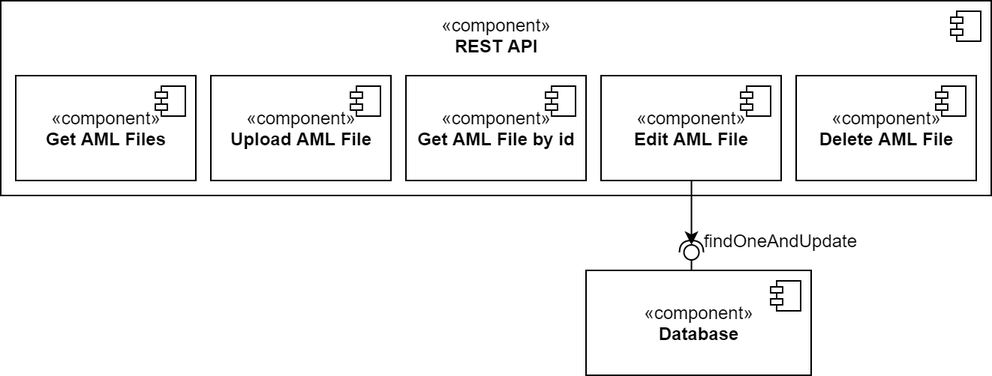
NurNils/aml-nosql-database-management keeps this draw.io diagram as PROJECT/MODs (Modul Documentations)/assets/components_REST_API_SUB4.png. Above is the earlier version. Source tidied: cells renumbered, new cells last; positions are measured from the earlier drawing's top-left corner, leaving out a move shared by most shapes.
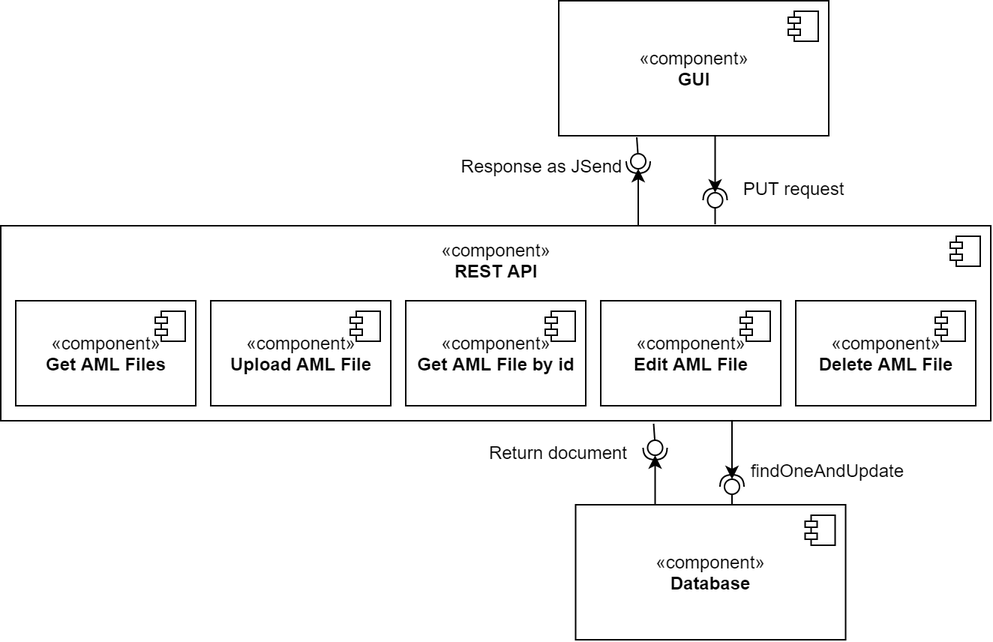
The same diagram one commit later.

Commit message:
Updated component diagrams

The edit, as a diff of the source:
```diff
@@ -2,92 +2,175 @@
   <root>
     <mxCell id="0" />
     <mxCell id="1" parent="0" />
-    <mxCell id="2" style="shape=module;jettyWidth=8;jettyHeight=4;" parent="1" vertex="1">
-      <mxGeometry x="393" y="2" width="20" height="20" as="geometry" />
-    </mxCell>
-    <mxCell id="3" style="group;" parent="1" vertex="1">
-      <mxGeometry width="660" height="170" as="geometry" />
-    </mxCell>
+    <mxCell id="24" style="group;rotation=90;" parent="1" vertex="1">
+      <mxGeometry x="246.8" y="-31" width="77.5" height="10" as="geometry" />
+    </mxCell>
+    <mxCell id="25" style="rounded=0;jettySize=auto;html=1;endArrow=none;endFill=0;" parent="24" edge="1" target="27">
+      <mxGeometry relative="1" as="geometry">
+        <mxPoint x="184" y="-34" as="sourcePoint" />
+      </mxGeometry>
+    </mxCell>
+    <mxCell id="26" style="rounded=0;jettySize=auto;html=1;endArrow=halfCircle;endFill=0;entryX=0.5;entryY=0.5;entryDx=0;entryDy=0;endSize=6;strokeWidth=1;" parent="24" edge="1" target="27">
+      <mxGeometry relative="1" as="geometry">
+        <mxPoint x="185" y="-6" as="sourcePoint" />
+      </mxGeometry>
+    </mxCell>
+    <mxCell id="27" style="ellipse;whiteSpace=wrap;html=1;fontFamily=Helvetica;fontSize=12;fontColor=#000000;align=center;strokeColor=#000000;fillColor=#ffffff;points=[];rotation=90;" parent="24" vertex="1">
+      <mxGeometry x="180" y="-23" width="10" height="10" as="geometry" />
+    </mxCell>
+    <mxCell id="28" style="endArrow=classic;html=1;" parent="24" edge="1">
+      <mxGeometry relative="1" as="geometry">
+        <mxPoint x="185" y="36" as="sourcePoint" />
+        <mxPoint x="185" y="-13" as="targetPoint" />
+      </mxGeometry>
+    </mxCell>
+    <mxCell id="29" style="group;rotation=-90;" parent="1" vertex="1">
+      <mxGeometry x="444.1" y="-51" width="77.5" height="10" as="geometry" />
+    </mxCell>
+    <mxCell id="30" style="rounded=0;jettySize=auto;html=1;endArrow=none;endFill=0;" parent="29" edge="1" target="32">
+      <mxGeometry relative="1" as="geometry">
+        <mxPoint x="39" y="44" as="sourcePoint" />
+      </mxGeometry>
+    </mxCell>
+    <mxCell id="31" style="rounded=0;jettySize=auto;html=1;endArrow=halfCircle;endFill=0;entryX=0.5;entryY=0.5;entryDx=0;entryDy=0;endSize=6;strokeWidth=1;" parent="29" edge="1" target="32">
+      <mxGeometry relative="1" as="geometry">
+        <mxPoint x="39" y="16" as="sourcePoint" />
+      </mxGeometry>
+    </mxCell>
+    <mxCell id="32" style="ellipse;whiteSpace=wrap;html=1;fontFamily=Helvetica;fontSize=12;fontColor=#000000;align=center;strokeColor=#000000;fillColor=#ffffff;points=[];rotation=-90;" parent="29" vertex="1">
+      <mxGeometry x="34" y="23" width="10" height="10" as="geometry" />
+    </mxCell>
+    <mxCell id="33" style="endArrow=classic;html=1;" parent="29" edge="1">
+      <mxGeometry relative="1" as="geometry">
+        <mxPoint x="39" y="-26" as="sourcePoint" />
+        <mxPoint x="39" y="23" as="targetPoint" />
+      </mxGeometry>
+    </mxCell>
+    <mxCell id="34" value="Response as JSend" style="text;html=1;strokeColor=none;fillColor=none;align=center;verticalAlign=middle;whiteSpace=wrap;rounded=0;" parent="1" vertex="1">
+      <mxGeometry x="312.8" y="-56" width="110" height="20" as="geometry" />
+    </mxCell>
+    <mxCell id="35" style="shape=module;jettyWidth=8;jettyHeight=4;" parent="1" vertex="1">
+      <mxGeometry x="399.8" y="-4" width="20" height="20" as="geometry" />
+    </mxCell>
+    <mxCell id="36" value="PUT request" style="text;html=1;strokeColor=none;fillColor=none;align=center;verticalAlign=middle;whiteSpace=wrap;rounded=0;" parent="1" vertex="1">
+      <mxGeometry x="492.8" y="-41" width="86" height="20" as="geometry" />
+    </mxCell>
+    <mxCell id="37" style="group;" parent="1" vertex="1">
+      <mxGeometry x="6.8" y="-6" width="660" height="170" as="geometry" />
+    </mxCell>
+    <mxCell id="38" style="group;rotation=90;" parent="37" vertex="1">
+      <mxGeometry x="397.2" y="166" width="77.5" height="10" as="geometry" />
+    </mxCell>
+    <mxCell id="39" style="rounded=0;jettySize=auto;html=1;endArrow=none;endFill=0;" parent="38" edge="1" target="41">
+      <mxGeometry relative="1" as="geometry">
+        <mxPoint x="38" y="-34" as="sourcePoint" />
+      </mxGeometry>
+    </mxCell>
+    <mxCell id="40" style="rounded=0;jettySize=auto;html=1;endArrow=halfCircle;endFill=0;entryX=0.5;entryY=0.5;entryDx=0;entryDy=0;endSize=6;strokeWidth=1;" parent="38" edge="1" target="41">
+      <mxGeometry relative="1" as="geometry">
+        <mxPoint x="39" y="-6" as="sourcePoint" />
+      </mxGeometry>
+    </mxCell>
+    <mxCell id="41" style="ellipse;whiteSpace=wrap;html=1;fontFamily=Helvetica;fontSize=12;fontColor=#000000;align=center;strokeColor=#000000;fillColor=#ffffff;points=[];rotation=90;" parent="38" vertex="1">
+      <mxGeometry x="34" y="-23" width="10" height="10" as="geometry" />
+    </mxCell>
+    <mxCell id="42" style="endArrow=classic;html=1;" parent="38" edge="1">
+      <mxGeometry relative="1" as="geometry">
+        <mxPoint x="39" y="36" as="sourcePoint" />
+        <mxPoint x="39" y="-13" as="targetPoint" />
+      </mxGeometry>
+    </mxCell>
+    <mxCell id="43" style="group;rotation=-90;" parent="37" vertex="1">
+      <mxGeometry x="314" y="146" width="77.5" height="10" as="geometry" />
+    </mxCell>
+    <mxCell id="44" style="rounded=0;jettySize=auto;html=1;endArrow=none;endFill=0;" parent="43" edge="1" target="46">
+      <mxGeometry relative="1" as="geometry">
+        <mxPoint x="173.5" y="44" as="sourcePoint" />
+      </mxGeometry>
+    </mxCell>
+    <mxCell id="45" style="rounded=0;jettySize=auto;html=1;endArrow=halfCircle;endFill=0;entryX=0.5;entryY=0.5;entryDx=0;entryDy=0;endSize=6;strokeWidth=1;" parent="43" edge="1" target="46">
+      <mxGeometry relative="1" as="geometry">
+        <mxPoint x="173.5" y="16" as="sourcePoint" />
+      </mxGeometry>
+    </mxCell>
+    <mxCell id="46" style="ellipse;whiteSpace=wrap;html=1;fontFamily=Helvetica;fontSize=12;fontColor=#000000;align=center;strokeColor=#000000;fillColor=#ffffff;points=[];rotation=-90;" parent="43" vertex="1">
+      <mxGeometry x="168.5" y="23" width="10" height="10" as="geometry" />
+    </mxCell>
+    <mxCell id="47" style="endArrow=classic;html=1;" parent="43" edge="1">
+      <mxGeometry relative="1" as="geometry">
+        <mxPoint x="173.5" y="-26" as="sourcePoint" />
+        <mxPoint x="173.5" y="23" as="targetPoint" />
+      </mxGeometry>
+    </mxCell>
-    <mxCell id="4" value="«component»&lt;br&gt;&lt;b&gt;REST API&lt;br&gt;&lt;br&gt;&lt;br&gt;&lt;br&gt;&lt;br&gt;&lt;br&gt;&lt;br&gt;&lt;/b&gt;" style="html=1;" parent="3" vertex="1">
+    <mxCell id="4" value="«component»&lt;br&gt;&lt;b&gt;REST API&lt;br&gt;&lt;br&gt;&lt;br&gt;&lt;br&gt;&lt;br&gt;&lt;br&gt;&lt;br&gt;&lt;/b&gt;" style="html=1;" parent="37" vertex="1">
       <mxGeometry width="660" height="130" as="geometry" />
     </mxCell>
-    <mxCell id="5" style="shape=module;jettyWidth=8;jettyHeight=4;" parent="4" vertex="1">
-      <mxGeometry x="1" width="20" height="20" relative="1" as="geometry">
-        <mxPoint x="-27" y="7" as="offset" />
-      </mxGeometry>
-    </mxCell>
-    <mxCell id="6" style="group;rotation=-90;" parent="3" vertex="1">
-      <mxGeometry x="531.2" y="140" width="77.5" height="10" as="geometry" />
-    </mxCell>
-    <mxCell id="7" style="rounded=0;jettySize=auto;html=1;endArrow=halfCircle;endFill=0;entryX=0.5;entryY=0.5;entryDx=0;entryDy=0;endSize=6;strokeWidth=1;" parent="6" edge="1" target="8">
-      <mxGeometry relative="1" as="geometry">
-        <mxPoint x="-71" y="16" as="sourcePoint" />
-      </mxGeometry>
-    </mxCell>
-    <mxCell id="8" style="ellipse;whiteSpace=wrap;html=1;fontFamily=Helvetica;fontSize=12;fontColor=#000000;align=center;strokeColor=#000000;fillColor=#ffffff;points=[];rotation=-90;" parent="6" vertex="1">
-      <mxGeometry x="-76" y="23" width="10" height="10" as="geometry" />
-    </mxCell>
-    <mxCell id="9" style="rounded=0;jettySize=auto;html=1;endArrow=none;endFill=0;" parent="6" edge="1" target="8">
-      <mxGeometry relative="1" as="geometry">
-        <mxPoint x="-71" y="44" as="sourcePoint" />
-      </mxGeometry>
-    </mxCell>
-    <mxCell id="10" style="endArrow=classic;html=1;" parent="6" edge="1">
-      <mxGeometry relative="1" as="geometry">
-        <mxPoint x="-71" y="-26" as="sourcePoint" />
-        <mxPoint x="-71" y="23" as="targetPoint" />
-      </mxGeometry>
-    </mxCell>
+    <mxCell id="48" style="shape=module;jettyWidth=8;jettyHeight=4;" parent="4" vertex="1">
+      <mxGeometry x="1" width="20" height="20" relative="1" as="geometry">
+        <mxPoint x="-27" y="7" as="offset" />
+      </mxGeometry>
+    </mxCell>
-    <mxCell id="11" value="«component»&lt;br&gt;&lt;b&gt;Get AML Files&lt;/b&gt;" style="html=1;" parent="3" vertex="1">
+    <mxCell id="11" value="«component»&lt;br&gt;&lt;b&gt;Get AML Files&lt;/b&gt;" style="html=1;" parent="37" vertex="1">
       <mxGeometry x="10" y="50" width="120" height="70" as="geometry" />
     </mxCell>
-    <mxCell id="12" style="shape=module;jettyWidth=8;jettyHeight=4;" parent="11" vertex="1">
-      <mxGeometry x="1" width="20" height="20" relative="1" as="geometry">
-        <mxPoint x="-27" y="7" as="offset" />
-      </mxGeometry>
-    </mxCell>
+    <mxCell id="49" style="shape=module;jettyWidth=8;jettyHeight=4;" parent="11" vertex="1">
+      <mxGeometry x="1" width="20" height="20" relative="1" as="geometry">
+        <mxPoint x="-27" y="7" as="offset" />
+      </mxGeometry>
+    </mxCell>
-    <mxCell id="13" value="«component»&lt;br&gt;&lt;b&gt;Upload AML File&lt;/b&gt;" style="html=1;" parent="3" vertex="1">
+    <mxCell id="13" value="«component»&lt;br&gt;&lt;b&gt;Upload AML File&lt;/b&gt;" style="html=1;" parent="37" vertex="1">
       <mxGeometry x="140" y="50" width="120" height="70" as="geometry" />
     </mxCell>
-    <mxCell id="14" style="shape=module;jettyWidth=8;jettyHeight=4;" parent="13" vertex="1">
-      <mxGeometry x="1" width="20" height="20" relative="1" as="geometry">
-        <mxPoint x="-27" y="7" as="offset" />
-      </mxGeometry>
-    </mxCell>
+    <mxCell id="50" style="shape=module;jettyWidth=8;jettyHeight=4;" parent="13" vertex="1">
+      <mxGeometry x="1" width="20" height="20" relative="1" as="geometry">
+        <mxPoint x="-27" y="7" as="offset" />
+      </mxGeometry>
+    </mxCell>
-    <mxCell id="15" value="«component»&lt;br&gt;&lt;b&gt;Get AML File by id&lt;/b&gt;" style="html=1;" parent="3" vertex="1">
+    <mxCell id="15" value="«component»&lt;br&gt;&lt;b&gt;Get AML File by id&lt;/b&gt;" style="html=1;" parent="37" vertex="1">
       <mxGeometry x="270" y="50" width="120" height="70" as="geometry" />
     </mxCell>
-    <mxCell id="16" style="shape=module;jettyWidth=8;jettyHeight=4;" parent="15" vertex="1">
-      <mxGeometry x="1" width="20" height="20" relative="1" as="geometry">
-        <mxPoint x="-27" y="7" as="offset" />
-      </mxGeometry>
-    </mxCell>
+    <mxCell id="51" style="shape=module;jettyWidth=8;jettyHeight=4;" parent="15" vertex="1">
+      <mxGeometry x="1" width="20" height="20" relative="1" as="geometry">
+        <mxPoint x="-27" y="7" as="offset" />
+      </mxGeometry>
+    </mxCell>
-    <mxCell id="17" value="«component»&lt;br&gt;&lt;b&gt;Edit AML File&lt;/b&gt;" style="html=1;" parent="3" vertex="1">
+    <mxCell id="17" value="«component»&lt;br&gt;&lt;b&gt;Edit AML File&lt;/b&gt;" style="html=1;" parent="37" vertex="1">
       <mxGeometry x="400" y="50" width="120" height="70" as="geometry" />
     </mxCell>
-    <mxCell id="18" style="shape=module;jettyWidth=8;jettyHeight=4;" parent="17" vertex="1">
-      <mxGeometry x="1" width="20" height="20" relative="1" as="geometry">
-        <mxPoint x="-27" y="7" as="offset" />
-      </mxGeometry>
-    </mxCell>
+    <mxCell id="52" style="shape=module;jettyWidth=8;jettyHeight=4;" parent="17" vertex="1">
+      <mxGeometry x="1" width="20" height="20" relative="1" as="geometry">
+        <mxPoint x="-27" y="7" as="offset" />
+      </mxGeometry>
+    </mxCell>
-    <mxCell id="19" value="«component»&lt;br&gt;&lt;b&gt;Delete AML File&lt;/b&gt;" style="html=1;" parent="3" vertex="1">
+    <mxCell id="19" value="«component»&lt;br&gt;&lt;b&gt;Delete AML File&lt;/b&gt;" style="html=1;" parent="37" vertex="1">
       <mxGeometry x="530" y="50" width="120" height="70" as="geometry" />
     </mxCell>
-    <mxCell id="20" style="shape=module;jettyWidth=8;jettyHeight=4;" parent="19" vertex="1">
-      <mxGeometry x="1" width="20" height="20" relative="1" as="geometry">
-        <mxPoint x="-27" y="7" as="offset" />
-      </mxGeometry>
-    </mxCell>
+    <mxCell id="53" style="shape=module;jettyWidth=8;jettyHeight=4;" parent="19" vertex="1">
+      <mxGeometry x="1" width="20" height="20" relative="1" as="geometry">
+        <mxPoint x="-27" y="7" as="offset" />
+      </mxGeometry>
+    </mxCell>
+    <mxCell id="54" value="Return document" style="text;html=1;strokeColor=none;fillColor=none;align=center;verticalAlign=middle;whiteSpace=wrap;rounded=0;" parent="37" vertex="1">
+      <mxGeometry x="317.2" y="141" width="110" height="20" as="geometry" />
+    </mxCell>
+    <mxCell id="22" value="«component»&lt;br&gt;&lt;b&gt;Database&lt;/b&gt;" style="html=1;" parent="1" vertex="1">
+      <mxGeometry x="390.1" y="180" width="180" height="90" as="geometry" />
+    </mxCell>
+    <mxCell id="55" style="shape=module;jettyWidth=8;jettyHeight=4;" parent="22" vertex="1">
+      <mxGeometry x="1" width="20" height="20" relative="1" as="geometry">
+        <mxPoint x="-27" y="7" as="offset" />
+      </mxGeometry>
+    </mxCell>
-    <mxCell id="21" value="findOneAndUpdate" style="text;html=1;strokeColor=none;fillColor=none;align=center;verticalAlign=middle;whiteSpace=wrap;rounded=0;" parent="3" vertex="1">
-      <mxGeometry x="500" y="150" width="40" height="20" as="geometry" />
+    <mxCell id="21" value="findOneAndUpdate" style="text;html=1;strokeColor=none;fillColor=none;align=center;verticalAlign=middle;whiteSpace=wrap;rounded=0;" parent="1" vertex="1">
+      <mxGeometry x="504.1" y="144" width="108.8" height="26" as="geometry" />
     </mxCell>
-    <mxCell id="22" value="«component»&lt;br&gt;&lt;b&gt;Database&lt;/b&gt;" style="html=1;" parent="1" vertex="1">
-      <mxGeometry x="390" y="180" width="150" height="70" as="geometry" />
-    </mxCell>
-    <mxCell id="23" style="shape=module;jettyWidth=8;jettyHeight=4;" parent="22" vertex="1">
-      <mxGeometry x="1" width="20" height="20" relative="1" as="geometry">
-        <mxPoint x="-27" y="7" as="offset" />
-      </mxGeometry>
-    </mxCell>
+    <mxCell id="56" value="«component»&lt;br&gt;&lt;b&gt;GUI&lt;/b&gt;" style="html=1;" parent="1" vertex="1">
+      <mxGeometry x="378.8" y="-156" width="180" height="90" as="geometry" />
+    </mxCell>
+    <mxCell id="57" style="shape=module;jettyWidth=8;jettyHeight=4;" parent="56" vertex="1">
+      <mxGeometry x="1" width="20" height="20" relative="1" as="geometry">
+        <mxPoint x="-27" y="7" as="offset" />
+      </mxGeometry>
+    </mxCell>
   </root>
 </mxGraphModel>
```
